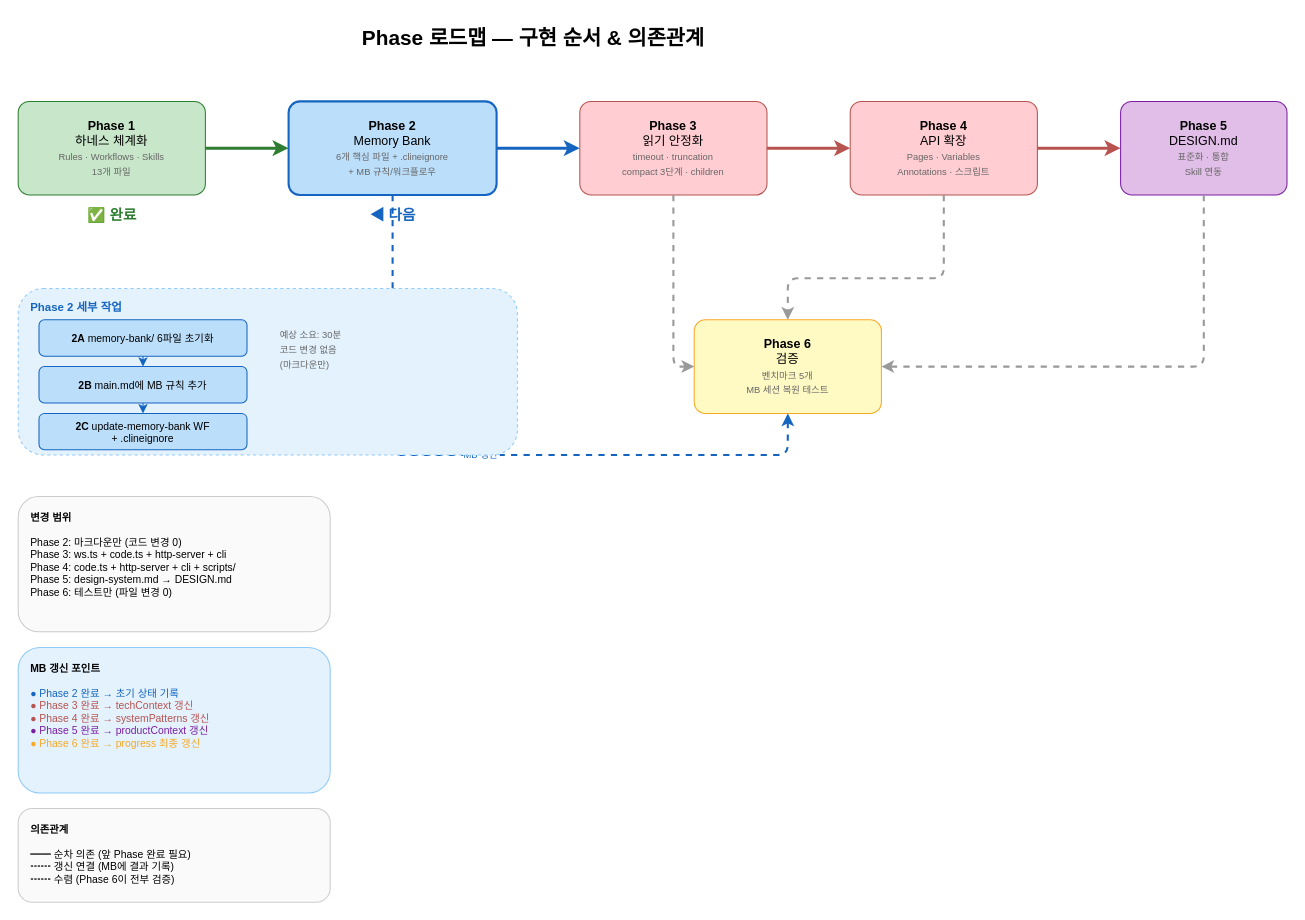
Earlier version of the draw.io diagram page "3. Phase 로드맵" (3 of 3) of docs/architecture.drawio (Junhyeok-Yi/figma-mcp-bridge). Source tidied: cells renumbered, new cells numbered last; positions are measured from the earlier drawing's top-left corner, leaving out a move shared by most shapes. Both pictures are drawn from the tidied source at 104%, with x=0, y=0 at pixel (18, 18).
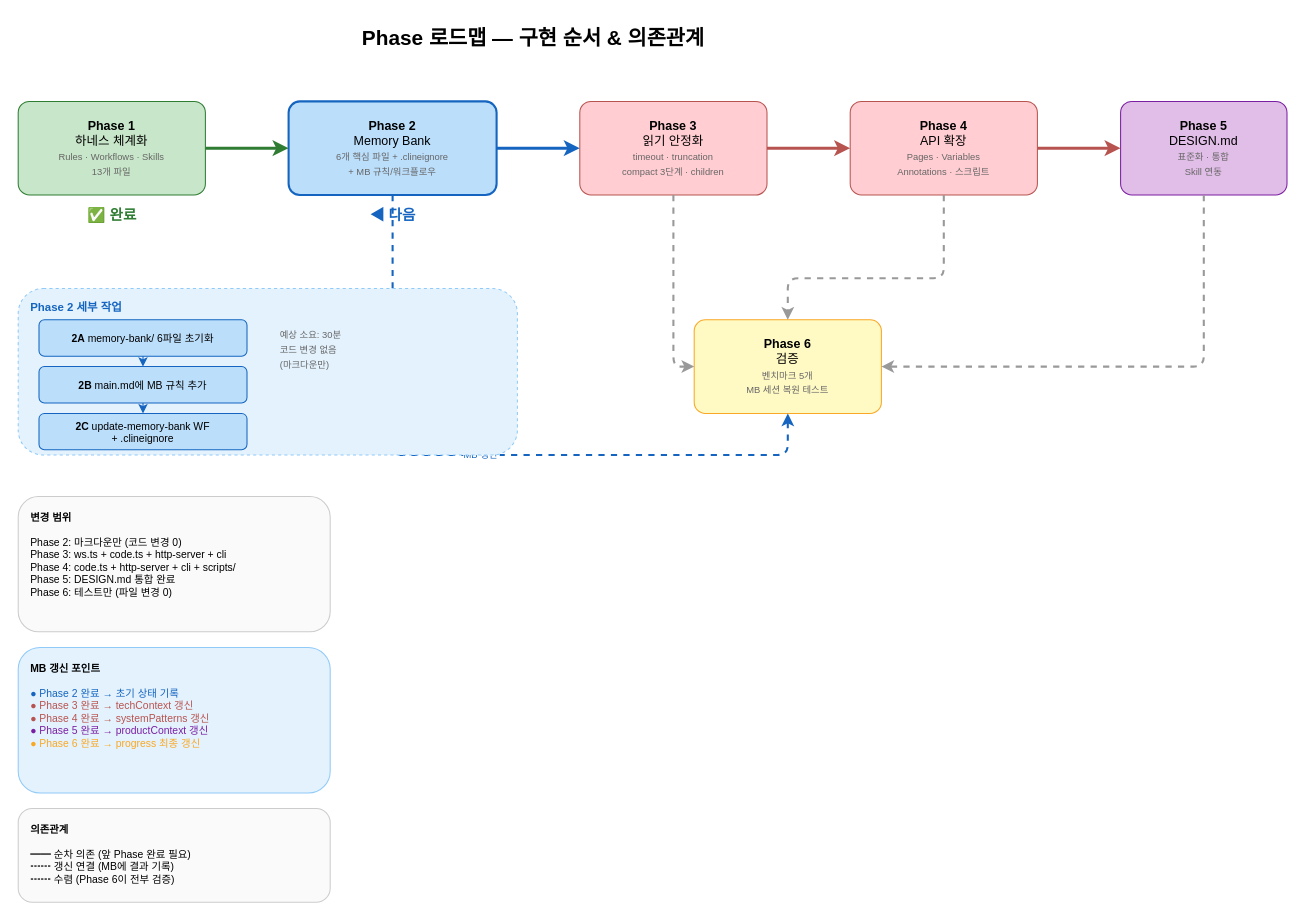
The same page after the edit.

Commit message (it also covers changes not shown here):
feat: Phase 5 DESIGN.md 표준화 — design-system.md 통합

The edit, as a diff of the source:
```diff
@@
-    <mxCell id="27" value="&lt;b&gt;변경 범위&lt;/b&gt;&lt;br&gt;&lt;br&gt;Phase 2: 마크다운만 (코드 변경 0)&lt;br&gt;Phase 3: ws.ts + code.ts + http-server + cli&lt;br&gt;Phase 4: code.ts + http-server + cli + scripts/&lt;br&gt;Phase 5: design-system.md → DESIGN.md&lt;br&gt;Phase 6: 테스트만 (파일 변경 0)" style="rounded=1;whiteSpace=wrap;html=1;fillColor=#fafafa;strokeColor=#ccc;fontSize=10;align=left;spacingLeft=10;verticalAlign=top;spacingTop=8;" parent="1" vertex="1">
+    <mxCell id="27" value="&lt;b&gt;변경 범위&lt;/b&gt;&lt;br&gt;&lt;br&gt;Phase 2: 마크다운만 (코드 변경 0)&lt;br&gt;Phase 3: ws.ts + code.ts + http-server + cli&lt;br&gt;Phase 4: code.ts + http-server + cli + scripts/&lt;br&gt;Phase 5: DESIGN.md 통합 완료&lt;br&gt;Phase 6: 테스트만 (파일 변경 0)" style="rounded=1;whiteSpace=wrap;html=1;fillColor=#fafafa;strokeColor=#ccc;fontSize=10;align=left;spacingLeft=10;verticalAlign=top;spacingTop=8;" parent="1" vertex="1">
       <mxGeometry y="460" width="300" height="130" as="geometry" />
     </mxCell>
```
